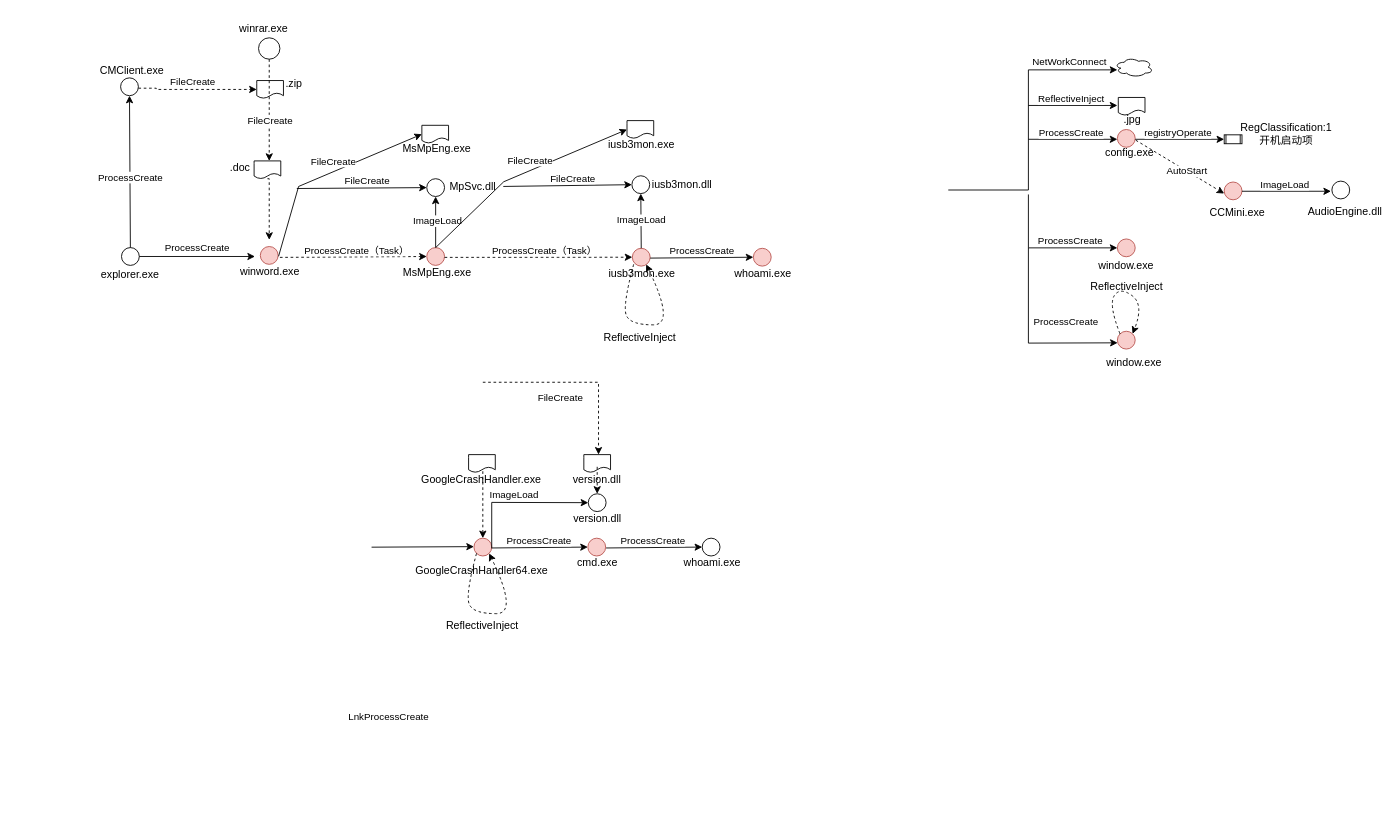
Earlier version of the draw.io diagram apt-oceanlotus.drawio (ernongxizhu/picture). Source tidied: cells renumbered, new cells numbered last; positions are measured from the earlier drawing's top-left corner, leaving out a move shared by most shapes. Both pictures are drawn from the tidied source at 89%, with x=0, y=0 at pixel (103, 15).
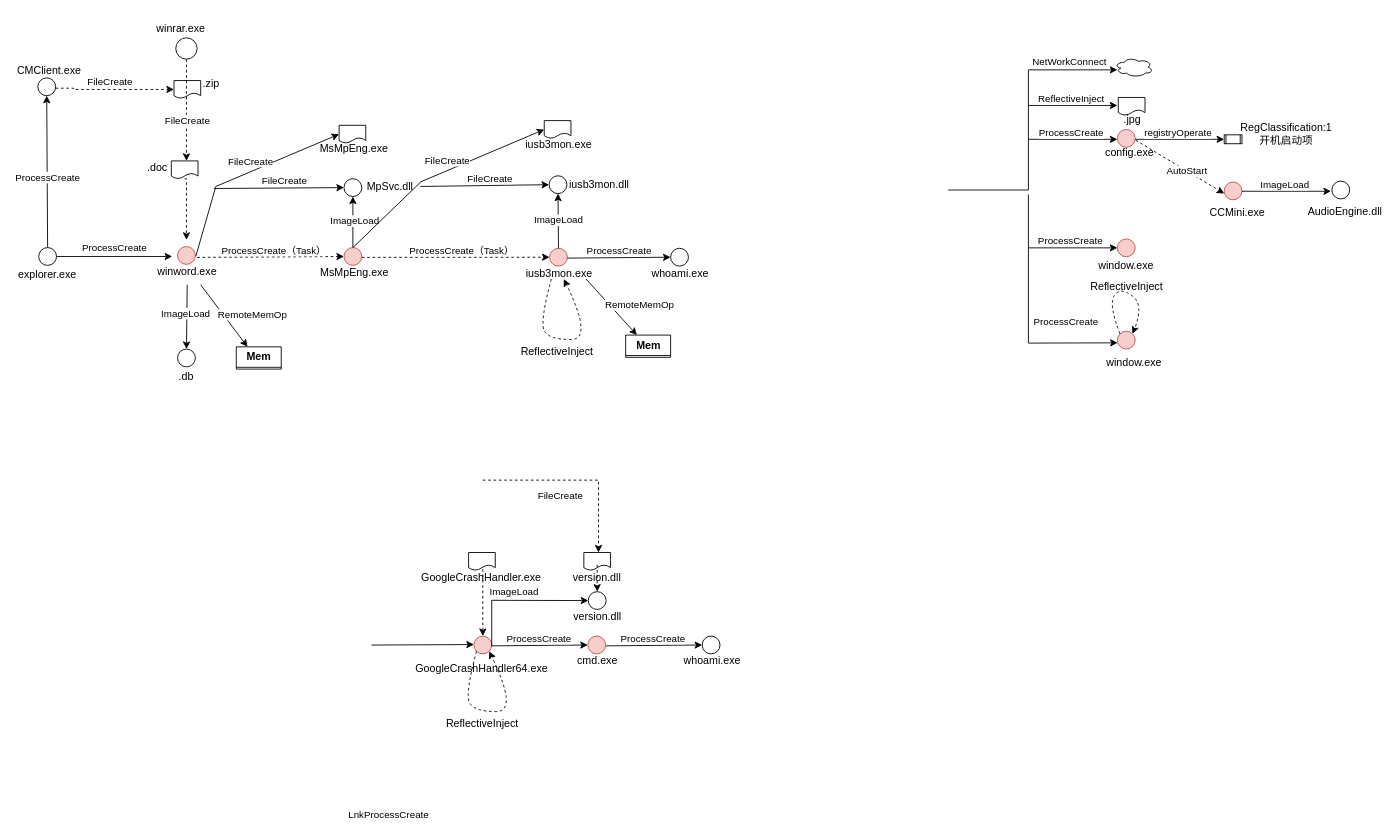
After the change.

Diff of the diagram source:
```diff
@@
     <mxCell id="2" style="ellipse;whiteSpace=wrap;html=1;" parent="1" vertex="1">
-      <mxGeometry x="20" y="260.7" width="20" height="20" as="geometry" />
+      <mxGeometry x="-73" y="260.7" width="20" height="20" as="geometry" />
     </mxCell>
     <mxCell id="3" style="endArrow=classic;html=1;rounded=0;exitX=1;exitY=0.5;exitDx=0;exitDy=0;" parent="1" edge="1" source="2">
       <mxGeometry relative="1" as="geometry">
-        <mxPoint x="170" y="270.7" as="targetPoint" />
+        <mxPoint x="77" y="270.7" as="targetPoint" />
       </mxGeometry>
     </mxCell>
@@
     <mxCell id="7" value="explorer.exe" style="text;strokeColor=none;align=center;fillColor=none;html=1;verticalAlign=middle;whiteSpace=wrap;rounded=0;" parent="1" vertex="1">
-      <mxGeometry y="275.7" width="60" height="30" as="geometry" />
+      <mxGeometry x="-93" y="275.7" width="60" height="30" as="geometry" />
     </mxCell>
@@
     <mxCell id="12" style="ellipse;whiteSpace=wrap;html=1;" parent="1" vertex="1">
-      <mxGeometry x="19" y="70" width="20" height="20" as="geometry" />
+      <mxGeometry x="-74" y="70" width="20" height="20" as="geometry" />
     </mxCell>
     <mxCell id="13" value="CMClient.exe" style="text;strokeColor=none;align=center;fillColor=none;html=1;verticalAlign=middle;whiteSpace=wrap;rounded=0;" parent="1" vertex="1">
-      <mxGeometry x="2" y="47" width="60" height="30" as="geometry" />
+      <mxGeometry x="-91" y="47" width="60" height="30" as="geometry" />
     </mxCell>
     <mxCell id="14" style="endArrow=classic;html=1;rounded=0;exitX=1;exitY=0.5;exitDx=0;exitDy=0;edgeStyle=elbowEdgeStyle;dashed=1;entryX=0;entryY=0.5;entryDx=0;entryDy=0;" parent="1" edge="1" target="16">
       <mxGeometry relative="1" as="geometry">
-        <mxPoint x="39" y="81.6" as="sourcePoint" />
+        <mxPoint x="-54" y="81.6" as="sourcePoint" />
         <Array as="points">
-          <mxPoint x="59" y="82" />
+          <mxPoint x="-34" y="82" />
         </Array>
       </mxGeometry>
     </mxCell>
@@
     <mxCell id="16" style="shape=document;whiteSpace=wrap;html=1;boundedLbl=1;" parent="1" vertex="1">
-      <mxGeometry x="172" y="73" width="30" height="20" as="geometry" />
+      <mxGeometry x="79" y="73" width="30" height="20" as="geometry" />
     </mxCell>
     <mxCell id="17" value=".zip" style="text;strokeColor=none;align=center;fillColor=none;html=1;verticalAlign=middle;whiteSpace=wrap;rounded=0;" parent="1" vertex="1">
-      <mxGeometry x="184" y="62" width="60" height="30" as="geometry" />
+      <mxGeometry x="91" y="62" width="60" height="30" as="geometry" />
     </mxCell>
     <mxCell id="18" style="endArrow=classic;html=1;rounded=0;exitX=0.5;exitY=1;exitDx=0;exitDy=0;edgeStyle=elbowEdgeStyle;dashed=1;" parent="1" edge="1" source="78">
       <mxGeometry relative="1" as="geometry">
-        <mxPoint x="186" y="252" as="targetPoint" />
+        <mxPoint x="93" y="252" as="targetPoint" />
         <Array as="points">
-          <mxPoint x="186" y="114" />
+          <mxPoint x="93" y="114" />
         </Array>
       </mxGeometry>
     </mxCell>
     <mxCell id="19" style="ellipse;whiteSpace=wrap;html=1;" parent="1" vertex="1">
-      <mxGeometry x="174" y="25" width="24" height="24" as="geometry" />
+      <mxGeometry x="81" y="25" width="24" height="24" as="geometry" />
     </mxCell>
     <mxCell id="20" value="winrar.exe" style="text;strokeColor=none;align=center;fillColor=none;html=1;verticalAlign=middle;whiteSpace=wrap;rounded=0;" parent="1" vertex="1">
-      <mxGeometry x="150" width="60" height="30" as="geometry" />
+      <mxGeometry x="57" width="60" height="30" as="geometry" />
     </mxCell>
@@
     <mxCell id="50" style="shape=document;whiteSpace=wrap;html=1;boundedLbl=1;" parent="1" vertex="1">
-      <mxGeometry x="410" y="493.3" width="30" height="20" as="geometry" />
+      <mxGeometry x="410" y="603.3" width="30" height="20" as="geometry" />
     </mxCell>
     <mxCell id="51" value="GoogleCrashHandler.exe" style="text;strokeColor=none;align=center;fillColor=none;html=1;verticalAlign=middle;whiteSpace=wrap;rounded=0;" parent="1" vertex="1">
-      <mxGeometry x="376" y="507" width="97" height="30" as="geometry" />
+      <mxGeometry x="376" y="617" width="97" height="30" as="geometry" />
     </mxCell>
     <mxCell id="52" style="endArrow=classic;html=1;rounded=0;edgeStyle=elbowEdgeStyle;dashed=1;" parent="1" edge="1">
       <mxGeometry relative="1" as="geometry">
-        <mxPoint x="426" y="412" as="sourcePoint" />
-        <mxPoint x="556" y="493.3" as="targetPoint" />
+        <mxPoint x="426" y="522" as="sourcePoint" />
+        <mxPoint x="556" y="603.3" as="targetPoint" />
         <Array as="points">
-          <mxPoint x="556" y="413.3" />
+          <mxPoint x="556" y="523.3" />
         </Array>
       </mxGeometry>
     </mxCell>
@@
     <mxCell id="54" style="shape=document;whiteSpace=wrap;html=1;boundedLbl=1;" parent="1" vertex="1">
-      <mxGeometry x="539.5" y="493.3" width="30" height="20" as="geometry" />
+      <mxGeometry x="539.5" y="603.3" width="30" height="20" as="geometry" />
     </mxCell>
     <mxCell id="55" value="version.dll" style="text;strokeColor=none;align=center;fillColor=none;html=1;verticalAlign=middle;whiteSpace=wrap;rounded=0;" parent="1" vertex="1">
-      <mxGeometry x="506" y="507" width="97" height="30" as="geometry" />
+      <mxGeometry x="506" y="617" width="97" height="30" as="geometry" />
     </mxCell>
     <mxCell id="56" style="endArrow=classic;html=1;rounded=0;exitX=1;exitY=0.5;exitDx=0;exitDy=0;" parent="1" edge="1">
       <mxGeometry relative="1" as="geometry">
-        <mxPoint x="301" y="597.3" as="sourcePoint" />
-        <mxPoint x="416" y="596.7" as="targetPoint" />
+        <mxPoint x="301" y="707.3" as="sourcePoint" />
+        <mxPoint x="416" y="706.7" as="targetPoint" />
       </mxGeometry>
     </mxCell>
@@
     <mxCell id="58" style="ellipse;whiteSpace=wrap;html=1;fillColor=#f8cecc;strokeColor=#b85450;" parent="1" vertex="1">
-      <mxGeometry x="416" y="587.2" width="20" height="20" as="geometry" />
+      <mxGeometry x="416" y="697.2" width="20" height="20" as="geometry" />
     </mxCell>
     <mxCell id="59" style="endArrow=classic;html=1;rounded=0;entryX=0.5;entryY=0;entryDx=0;entryDy=0;dashed=1;" parent="1" edge="1" target="58">
       <mxGeometry relative="1" as="geometry">
-        <mxPoint x="426" y="512" as="sourcePoint" />
+        <mxPoint x="426" y="622" as="sourcePoint" />
       </mxGeometry>
     </mxCell>
     <mxCell id="60" style="endArrow=classic;html=1;rounded=0;exitX=1;exitY=0.5;exitDx=0;exitDy=0;entryX=0;entryY=0.5;entryDx=0;entryDy=0;" parent="1" edge="1" target="62">
       <mxGeometry relative="1" as="geometry">
-        <mxPoint x="436" y="598.5" as="sourcePoint" />
+        <mxPoint x="436" y="708.5" as="sourcePoint" />
         <Array as="points">
-          <mxPoint x="436" y="547" />
+          <mxPoint x="436" y="657" />
         </Array>
       </mxGeometry>
     </mxCell>
@@
     <mxCell id="62" style="ellipse;whiteSpace=wrap;html=1;" parent="1" vertex="1">
-      <mxGeometry x="544.5" y="537.3" width="20" height="20" as="geometry" />
+      <mxGeometry x="544.5" y="647.3" width="20" height="20" as="geometry" />
     </mxCell>
     <mxCell id="63" value="version.dll" style="text;strokeColor=none;align=center;fillColor=none;html=1;verticalAlign=middle;whiteSpace=wrap;rounded=0;" parent="1" vertex="1">
-      <mxGeometry x="524.5" y="551" width="60" height="30" as="geometry" />
+      <mxGeometry x="524.5" y="661" width="60" height="30" as="geometry" />
     </mxCell>
@@
     <mxCell id="65" style="endArrow=classic;html=1;rounded=0;entryX=0;entryY=0.5;entryDx=0;entryDy=0;" parent="1" edge="1" target="68">
       <mxGeometry relative="1" as="geometry">
-        <mxPoint x="436" y="598.2" as="sourcePoint" />
+        <mxPoint x="436" y="708.2" as="sourcePoint" />
       </mxGeometry>
     </mxCell>
@@
     <mxCell id="67" value="cmd.exe" style="text;strokeColor=none;align=center;fillColor=none;html=1;verticalAlign=middle;whiteSpace=wrap;rounded=0;" parent="1" vertex="1">
-      <mxGeometry x="525" y="600.2" width="60" height="30" as="geometry" />
+      <mxGeometry x="525" y="710.2" width="60" height="30" as="geometry" />
     </mxCell>
     <mxCell id="68" style="ellipse;whiteSpace=wrap;html=1;fillColor=#f8cecc;strokeColor=#b85450;" parent="1" vertex="1">
-      <mxGeometry x="544" y="587.2" width="20" height="20" as="geometry" />
+      <mxGeometry x="544" y="697.2" width="20" height="20" as="geometry" />
     </mxCell>
     <mxCell id="69" style="endArrow=classic;html=1;rounded=0;entryX=0;entryY=0.5;entryDx=0;entryDy=0;" parent="1" edge="1" target="72">
       <mxGeometry relative="1" as="geometry">
-        <mxPoint x="564.5" y="598.2" as="sourcePoint" />
+        <mxPoint x="564.5" y="708.2" as="sourcePoint" />
       </mxGeometry>
     </mxCell>
@@
     <mxCell id="71" value="whoami.exe" style="text;strokeColor=none;align=center;fillColor=none;html=1;verticalAlign=middle;whiteSpace=wrap;rounded=0;" parent="1" vertex="1">
-      <mxGeometry x="653.5" y="600.2" width="60" height="30" as="geometry" />
+      <mxGeometry x="653.5" y="710.2" width="60" height="30" as="geometry" />
     </mxCell>
     <mxCell id="72" style="ellipse;whiteSpace=wrap;html=1;" parent="1" vertex="1">
-      <mxGeometry x="672.5" y="587.2" width="20" height="20" as="geometry" />
+      <mxGeometry x="672.5" y="697.2" width="20" height="20" as="geometry" />
     </mxCell>
     <mxCell id="73" style="curved=1;endArrow=classic;html=1;rounded=0;exitX=0;exitY=1;exitDx=0;exitDy=0;entryX=1;entryY=1;entryDx=0;entryDy=0;dashed=1;" parent="1" edge="1" source="58" target="58">
       <mxGeometry relative="1" as="geometry">
         <Array as="points">
-          <mxPoint x="406" y="652" />
-          <mxPoint x="416" y="672" />
-          <mxPoint x="466" y="672" />
+          <mxPoint x="406" y="762" />
+          <mxPoint x="416" y="782" />
+          <mxPoint x="466" y="782" />
         </Array>
       </mxGeometry>
     </mxCell>
     <mxCell id="74" value="ReflectiveInject" style="text;whiteSpace=wrap;" parent="1" vertex="1">
-      <mxGeometry x="383" y="672" width="90" height="20" as="geometry" />
+      <mxGeometry x="383" y="782" width="90" height="20" as="geometry" />
     </mxCell>
     <mxCell id="75" value="GoogleCrashHandler64.exe" style="text;strokeColor=none;align=center;fillColor=none;html=1;verticalAlign=middle;whiteSpace=wrap;rounded=0;" parent="1" vertex="1">
-      <mxGeometry x="394.5" y="609" width="60" height="30" as="geometry" />
+      <mxGeometry x="394.5" y="719" width="60" height="30" as="geometry" />
     </mxCell>
@@
     <mxCell id="78" style="shape=document;whiteSpace=wrap;html=1;boundedLbl=1;" parent="1" vertex="1">
-      <mxGeometry x="169" y="163.3" width="30" height="20" as="geometry" />
+      <mxGeometry x="76" y="163.3" width="30" height="20" as="geometry" />
     </mxCell>
     <mxCell id="79" value=".doc" style="text;strokeColor=none;align=center;fillColor=none;html=1;verticalAlign=middle;whiteSpace=wrap;rounded=0;" parent="1" vertex="1">
-      <mxGeometry x="121" y="158.3" width="65" height="26" as="geometry" />
+      <mxGeometry x="28" y="158.3" width="65" height="26" as="geometry" />
     </mxCell>
     <mxCell id="80" value="winword.exe" style="text;strokeColor=none;align=center;fillColor=none;html=1;verticalAlign=middle;whiteSpace=wrap;rounded=0;" parent="1" vertex="1">
-      <mxGeometry x="157" y="272.5" width="60" height="30" as="geometry" />
+      <mxGeometry x="64" y="272.5" width="60" height="30" as="geometry" />
     </mxCell>
     <mxCell id="81" style="ellipse;whiteSpace=wrap;html=1;fillColor=#f8cecc;strokeColor=#b85450;" parent="1" vertex="1">
-      <mxGeometry x="176" y="259.5" width="20" height="20" as="geometry" />
+      <mxGeometry x="83" y="259.5" width="20" height="20" as="geometry" />
     </mxCell>
     <mxCell id="82" style="endArrow=classic;html=1;rounded=0;entryX=0;entryY=0.5;entryDx=0;entryDy=0;" parent="1" edge="1" target="84">
       <mxGeometry relative="1" as="geometry">
-        <mxPoint x="196.5" y="270.5" as="sourcePoint" />
+        <mxPoint x="103.5" y="270.5" as="sourcePoint" />
         <Array as="points">
-          <mxPoint x="219" y="192" />
+          <mxPoint x="126" y="192" />
         </Array>
       </mxGeometry>
     </mxCell>
@@
     <mxCell id="84" style="shape=document;whiteSpace=wrap;html=1;boundedLbl=1;" parent="1" vertex="1">
-      <mxGeometry x="357.5" y="123.3" width="30" height="20" as="geometry" />
+      <mxGeometry x="264.5" y="123.3" width="30" height="20" as="geometry" />
     </mxCell>
     <mxCell id="85" value="MsMpEng.exe" style="text;strokeColor=none;align=center;fillColor=none;html=1;verticalAlign=middle;whiteSpace=wrap;rounded=0;" parent="1" vertex="1">
-      <mxGeometry x="341.5" y="137.3" width="65" height="26" as="geometry" />
+      <mxGeometry x="248.5" y="137.3" width="65" height="26" as="geometry" />
     </mxCell>
     <mxCell id="86" style="endArrow=classic;html=1;rounded=0;entryX=0;entryY=0.5;entryDx=0;entryDy=0;dashed=1;" parent="1" edge="1" target="88">
       <mxGeometry relative="1" as="geometry">
-        <mxPoint x="198" y="271.7" as="sourcePoint" />
+        <mxPoint x="105" y="271.7" as="sourcePoint" />
       </mxGeometry>
     </mxCell>
@@
     <mxCell id="88" style="ellipse;whiteSpace=wrap;html=1;fillColor=#f8cecc;strokeColor=#b85450;" parent="1" vertex="1">
-      <mxGeometry x="363" y="260.7" width="20" height="20" as="geometry" />
+      <mxGeometry x="270" y="260.7" width="20" height="20" as="geometry" />
     </mxCell>
     <mxCell id="89" value="MsMpEng.exe" style="text;strokeColor=none;align=center;fillColor=none;html=1;verticalAlign=middle;whiteSpace=wrap;rounded=0;" parent="1" vertex="1">
-      <mxGeometry x="345" y="273.7" width="60" height="30" as="geometry" />
+      <mxGeometry x="252" y="273.7" width="60" height="30" as="geometry" />
     </mxCell>
     <mxCell id="90" style="endArrow=classic;html=1;rounded=0;entryX=0;entryY=0.5;entryDx=0;entryDy=0;dashed=1;" parent="1" edge="1" target="92">
       <mxGeometry relative="1" as="geometry">
-        <mxPoint x="383" y="271.7" as="sourcePoint" />
+        <mxPoint x="290" y="271.7" as="sourcePoint" />
       </mxGeometry>
     </mxCell>
@@
     <mxCell id="92" style="ellipse;whiteSpace=wrap;html=1;fillColor=#f8cecc;strokeColor=#b85450;" parent="1" vertex="1">
-      <mxGeometry x="594" y="261.5" width="20" height="20" as="geometry" />
+      <mxGeometry x="501" y="261.5" width="20" height="20" as="geometry" />
     </mxCell>
     <mxCell id="93" value="iusb3mon.exe" style="text;strokeColor=none;align=center;fillColor=none;html=1;verticalAlign=middle;whiteSpace=wrap;rounded=0;" parent="1" vertex="1">
-      <mxGeometry x="575" y="274.5" width="60" height="30" as="geometry" />
+      <mxGeometry x="482" y="274.5" width="60" height="30" as="geometry" />
     </mxCell>
     <mxCell id="94" style="endArrow=classic;html=1;rounded=0;entryX=0;entryY=0.5;entryDx=0;entryDy=0;" parent="1" edge="1" target="96">
       <mxGeometry relative="1" as="geometry">
-        <mxPoint x="614" y="272.5" as="sourcePoint" />
+        <mxPoint x="521" y="272.5" as="sourcePoint" />
       </mxGeometry>
     </mxCell>
@@
-    <mxCell id="96" style="ellipse;whiteSpace=wrap;html=1;fillColor=#f8cecc;strokeColor=#b85450;" parent="1" vertex="1">
-      <mxGeometry x="730" y="261.5" width="20" height="20" as="geometry" />
+    <mxCell id="96" style="ellipse;whiteSpace=wrap;html=1;" parent="1" vertex="1">
+      <mxGeometry x="637" y="261.5" width="20" height="20" as="geometry" />
     </mxCell>
     <mxCell id="97" value="whoami.exe" style="text;strokeColor=none;align=center;fillColor=none;html=1;verticalAlign=middle;whiteSpace=wrap;rounded=0;" parent="1" vertex="1">
-      <mxGeometry x="711" y="274.5" width="60" height="30" as="geometry" />
+      <mxGeometry x="618" y="274.5" width="60" height="30" as="geometry" />
     </mxCell>
     <mxCell id="98" style="endArrow=classic;html=1;rounded=0;entryX=0;entryY=0.5;entryDx=0;entryDy=0;" parent="1" edge="1" target="100">
       <mxGeometry relative="1" as="geometry">
-        <mxPoint x="217" y="194.3" as="sourcePoint" />
+        <mxPoint x="124" y="194.3" as="sourcePoint" />
       </mxGeometry>
     </mxCell>
@@
     <mxCell id="100" style="ellipse;whiteSpace=wrap;html=1;" parent="1" vertex="1">
-      <mxGeometry x="363" y="183.3" width="20" height="20" as="geometry" />
+      <mxGeometry x="270" y="183.3" width="20" height="20" as="geometry" />
     </mxCell>
     <mxCell id="101" value="MpSvc.dll" style="text;strokeColor=none;align=center;fillColor=none;html=1;verticalAlign=middle;whiteSpace=wrap;rounded=0;" parent="1" vertex="1">
-      <mxGeometry x="385" y="178.3" width="60" height="30" as="geometry" />
+      <mxGeometry x="292" y="178.3" width="60" height="30" as="geometry" />
     </mxCell>
@@
     <mxCell id="104" style="endArrow=classic;html=1;rounded=0;entryX=0;entryY=0.5;entryDx=0;entryDy=0;exitX=0.5;exitY=0;exitDx=0;exitDy=0;" parent="1" edge="1" source="88" target="106">
       <mxGeometry relative="1" as="geometry">
         <Array as="points">
-          <mxPoint x="449.5" y="186.7" />
+          <mxPoint x="356.5" y="186.7" />
         </Array>
       </mxGeometry>
     </mxCell>
@@
     <mxCell id="106" style="shape=document;whiteSpace=wrap;html=1;boundedLbl=1;" parent="1" vertex="1">
-      <mxGeometry x="588" y="118" width="30" height="20" as="geometry" />
+      <mxGeometry x="495" y="118" width="30" height="20" as="geometry" />
     </mxCell>
     <mxCell id="107" value="iusb3mon.exe" style="text;strokeColor=none;align=center;fillColor=none;html=1;verticalAlign=middle;whiteSpace=wrap;rounded=0;" parent="1" vertex="1">
-      <mxGeometry x="572" y="132" width="65" height="26" as="geometry" />
+      <mxGeometry x="479" y="132" width="65" height="26" as="geometry" />
     </mxCell>
     <mxCell id="108" style="endArrow=classic;html=1;rounded=0;entryX=0;entryY=0.5;entryDx=0;entryDy=0;" parent="1" edge="1" target="110">
       <mxGeometry relative="1" as="geometry">
-        <mxPoint x="449" y="192" as="sourcePoint" />
+        <mxPoint x="356" y="192" as="sourcePoint" />
       </mxGeometry>
     </mxCell>
@@
     <mxCell id="110" style="ellipse;whiteSpace=wrap;html=1;" parent="1" vertex="1">
-      <mxGeometry x="593.5" y="180" width="20" height="20" as="geometry" />
+      <mxGeometry x="500.5" y="180" width="20" height="20" as="geometry" />
     </mxCell>
     <mxCell id="111" value="iusb3mon.dll" style="text;strokeColor=none;align=center;fillColor=none;html=1;verticalAlign=middle;whiteSpace=wrap;rounded=0;" parent="1" vertex="1">
-      <mxGeometry x="619.5" y="175" width="60" height="30" as="geometry" />
+      <mxGeometry x="526.5" y="175" width="60" height="30" as="geometry" />
     </mxCell>
@@
     <mxCell id="114" style="curved=1;endArrow=classic;html=1;rounded=0;exitX=0;exitY=1;exitDx=0;exitDy=0;entryX=1;entryY=1;entryDx=0;entryDy=0;dashed=1;" parent="1" edge="1">
       <mxGeometry relative="1" as="geometry">
-        <mxPoint x="595.5" y="279.5" as="sourcePoint" />
-        <mxPoint x="609.5" y="279.5" as="targetPoint" />
+        <mxPoint x="503" y="296" as="sourcePoint" />
+        <mxPoint x="517" y="296" as="targetPoint" />
         <Array as="points">
-          <mxPoint x="582.5" y="327.5" />
-          <mxPoint x="592.5" y="347.5" />
-          <mxPoint x="642.5" y="347.5" />
+          <mxPoint x="490" y="344" />
+          <mxPoint x="500" y="364" />
+          <mxPoint x="550" y="364" />
         </Array>
       </mxGeometry>
     </mxCell>
     <mxCell id="115" value="ReflectiveInject" style="text;whiteSpace=wrap;" parent="1" vertex="1">
-      <mxGeometry x="559.5" y="347.5" width="90" height="20" as="geometry" />
+      <mxGeometry x="467" y="364" width="90" height="20" as="geometry" />
     </mxCell>
+    <mxCell id="116" style="endArrow=classic;html=1;rounded=0;entryX=0.5;entryY=0;entryDx=0;entryDy=0;" parent="1" edge="1" source="80" target="118">
+      <mxGeometry relative="1" as="geometry" />
+    </mxCell>
+    <mxCell id="117" value="ImageLoad" style="edgeLabel;html=1;align=center;verticalAlign=middle;" parent="116" vertex="1">
+      <mxGeometry x="0.15" y="-2" relative="1" as="geometry">
+        <mxPoint y="-10" as="offset" />
+      </mxGeometry>
+    </mxCell>
+    <mxCell id="118" style="ellipse;whiteSpace=wrap;html=1;" parent="1" vertex="1">
+      <mxGeometry x="83" y="374.7" width="20" height="20" as="geometry" />
+    </mxCell>
+    <mxCell id="119" value=".db" style="text;strokeColor=none;align=center;fillColor=none;html=1;verticalAlign=middle;whiteSpace=wrap;rounded=0;" parent="1" vertex="1">
+      <mxGeometry x="63" y="390.7" width="60" height="30" as="geometry" />
+    </mxCell>
+    <mxCell id="120" value="Mem" style="swimlane;whiteSpace=wrap;html=1;" parent="1" vertex="1">
+      <mxGeometry x="149" y="372.2" width="50.5" height="25" as="geometry" />
+    </mxCell>
+    <mxCell id="121" style="endArrow=classic;html=1;rounded=0;entryX=0.25;entryY=0;entryDx=0;entryDy=0;exitX=0.75;exitY=1;exitDx=0;exitDy=0;" parent="1" edge="1" source="80" target="120">
+      <mxGeometry relative="1" as="geometry" />
+    </mxCell>
+    <mxCell id="122" value="RemoteMemOp" style="edgeLabel;html=1;align=center;verticalAlign=middle;" parent="121" vertex="1">
+      <mxGeometry x="0.32" y="3" relative="1" as="geometry">
+        <mxPoint x="20" y="-11" as="offset" />
+      </mxGeometry>
+    </mxCell>
+    <mxCell id="123" value="Mem" style="swimlane;whiteSpace=wrap;html=1;" parent="1" vertex="1">
+      <mxGeometry x="586.5" y="359" width="50.5" height="25" as="geometry" />
+    </mxCell>
+    <mxCell id="124" style="endArrow=classic;html=1;rounded=0;entryX=0.25;entryY=0;entryDx=0;entryDy=0;exitX=0.75;exitY=1;exitDx=0;exitDy=0;" parent="1" edge="1" target="123">
+      <mxGeometry relative="1" as="geometry">
+        <mxPoint x="542" y="296" as="sourcePoint" />
+      </mxGeometry>
+    </mxCell>
+    <mxCell id="125" value="RemoteMemOp" style="edgeLabel;html=1;align=center;verticalAlign=middle;" parent="124" vertex="1">
+      <mxGeometry x="0.32" y="3" relative="1" as="geometry">
+        <mxPoint x="20" y="-11" as="offset" />
+      </mxGeometry>
+    </mxCell>
```
